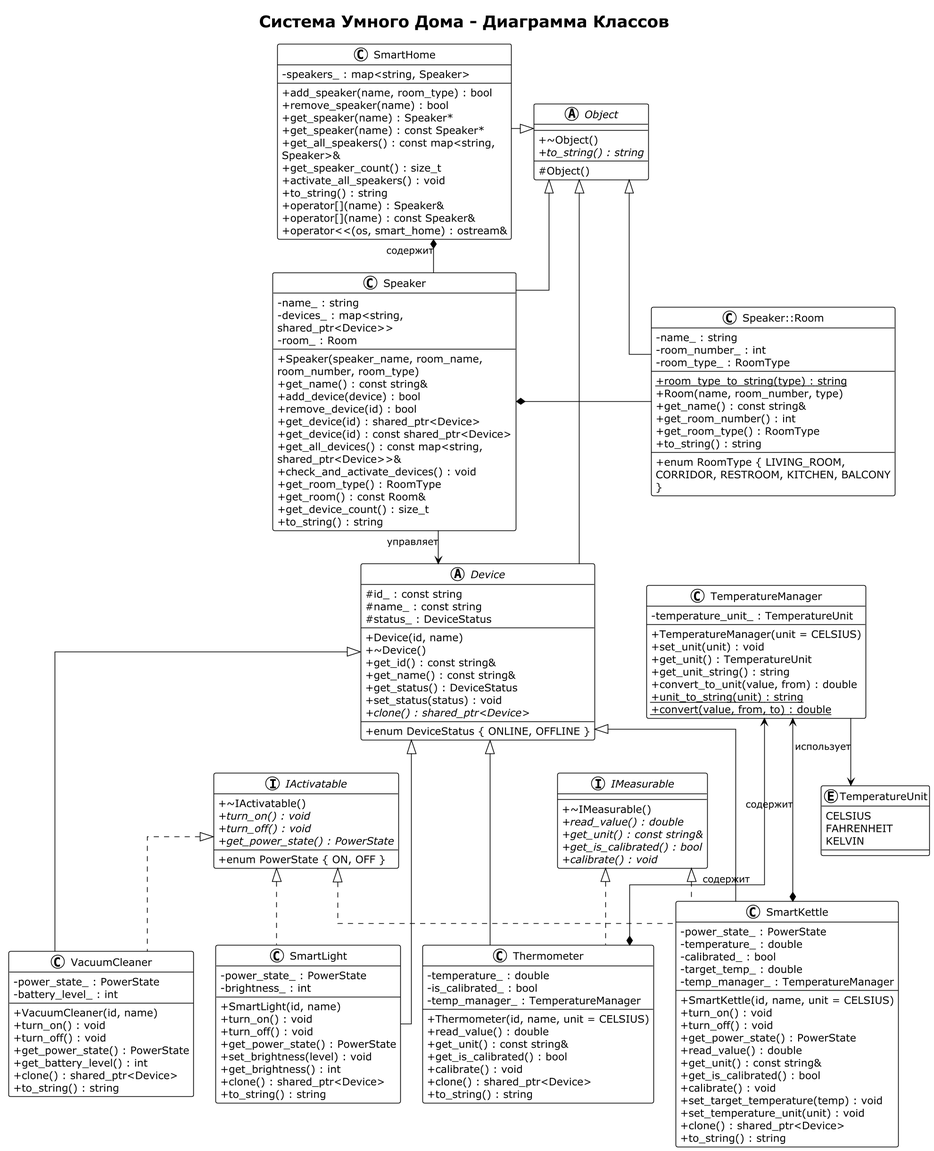
The PlantUML diagram docs/SmartHouse_ClassDiagram.png in abigotado/smart-house, before a commit.
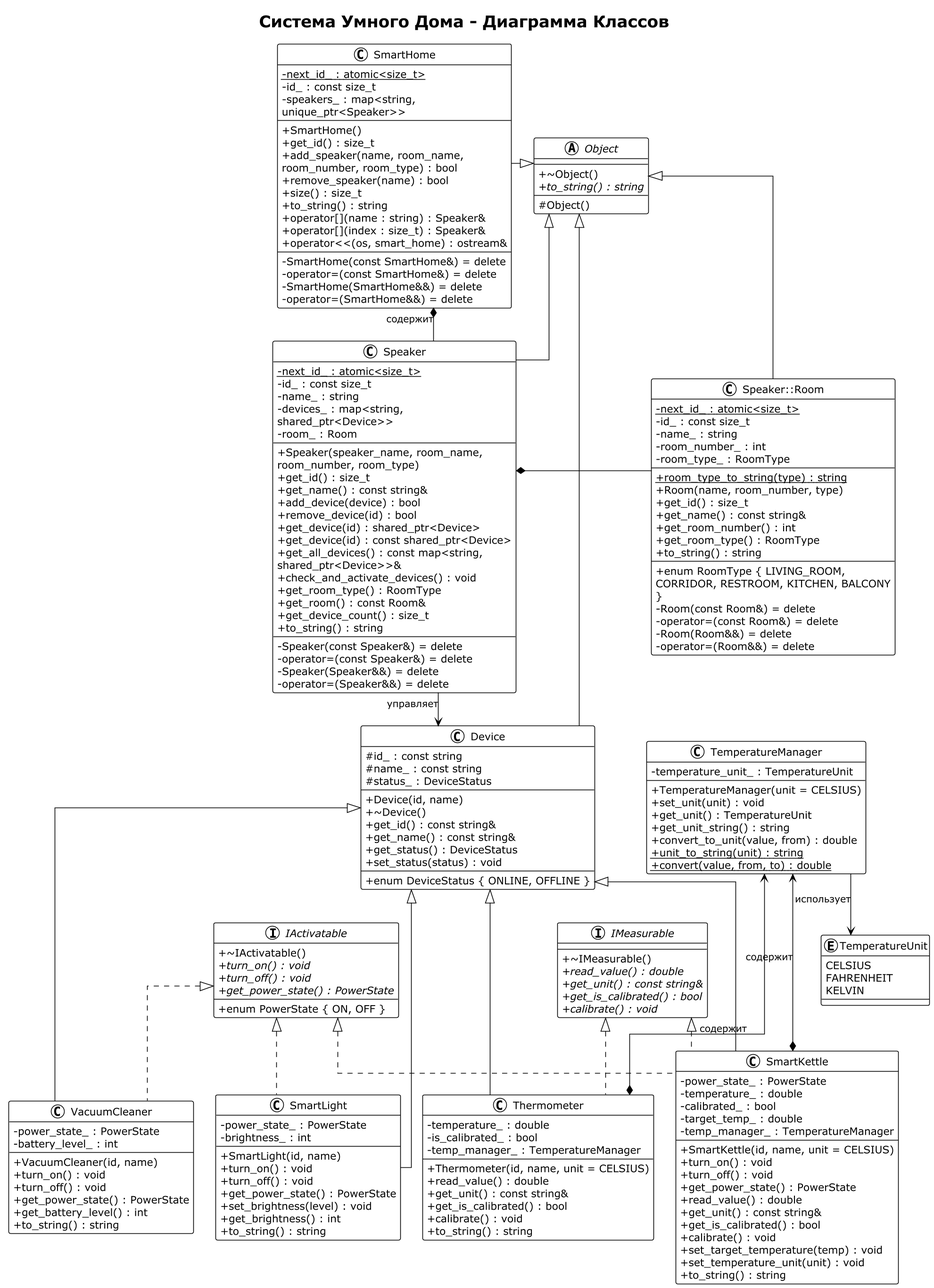
Later version of the same file.

Diff of the diagram source:
```diff
@@ -15,27 +15,35 @@
 title "Система Умного Дома - Диаграмма Классов"
 
 class SmartHome {
-    - speakers_ : map<string, Speaker>
+    - {static} next_id_ : atomic<size_t>
+    - id_ : const size_t
+    - speakers_ : map<string, unique_ptr<Speaker>>
     --
-    + add_speaker(name, room_type) : bool
+    + SmartHome()
+    + get_id() : size_t
+    + add_speaker(name, room_name, room_number, room_type) : bool
     + remove_speaker(name) : bool
-    + get_speaker(name) : Speaker*
-    + get_speaker(name) : const Speaker*
-    + get_all_speakers() : const map<string, Speaker>&
-    + get_speaker_count() : size_t
-    + activate_all_speakers() : void
+    + size() : size_t
     + to_string() : string
-    + operator[](name) : Speaker&
-    + operator[](name) : const Speaker&
+    + operator[](name : string) : Speaker&
+    + operator[](index : size_t) : Speaker&
     + operator<<(os, smart_home) : ostream&
+    --
+    - SmartHome(const SmartHome&) = delete
+    - operator=(const SmartHome&) = delete
+    - SmartHome(SmartHome&&) = delete
+    - operator=(SmartHome&&) = delete
 }
 
 class Speaker {
+    - {static} next_id_ : atomic<size_t>
+    - id_ : const size_t
     - name_ : string
     - devices_ : map<string, shared_ptr<Device>>
     - room_ : Room
     --
     + Speaker(speaker_name, room_name, room_number, room_type)
+    + get_id() : size_t
     + get_name() : const string&
     + add_device(device) : bool
     + remove_device(id) : bool
@@ -47,24 +55,36 @@
     + get_room() : const Room&
     + get_device_count() : size_t
     + to_string() : string
+    --
+    - Speaker(const Speaker&) = delete
+    - operator=(const Speaker&) = delete
+    - Speaker(Speaker&&) = delete
+    - operator=(Speaker&&) = delete
 }
 
 class "Speaker::Room" as Room {
+    - {static} next_id_ : atomic<size_t>
+    - id_ : const size_t
     - name_ : string
     - room_number_ : int
     - room_type_ : RoomType
     --
     + {static} room_type_to_string(type) : string
     + Room(name, room_number, type)
+    + get_id() : size_t
     + get_name() : const string&
     + get_room_number() : int
     + get_room_type() : RoomType
     + to_string() : string
     --
     + enum RoomType { LIVING_ROOM, CORRIDOR, RESTROOM, KITCHEN, BALCONY }
+    - Room(const Room&) = delete
+    - operator=(const Room&) = delete
+    - Room(Room&&) = delete
+    - operator=(Room&&) = delete
 }
 
-abstract class Device {
+class Device {
     # id_ : const string
     # name_ : const string
     # status_ : DeviceStatus
@@ -75,7 +95,6 @@
     + get_name() : const string&
     + get_status() : DeviceStatus
     + set_status(status) : void
-    + {abstract} clone() : shared_ptr<Device>
     --
     + enum DeviceStatus { ONLINE, OFFLINE }
 }
@@ -123,8 +142,6 @@
     + {abstract} calibrate() : void
 }
 
-
-
 class VacuumCleaner {
     - power_state_ : PowerState
     - battery_level_ : int
@@ -134,7 +151,6 @@
     + turn_off() : void
     + get_power_state() : PowerState
     + get_battery_level() : int
-    + clone() : shared_ptr<Device>
     + to_string() : string
 }
 
@@ -148,7 +164,6 @@
     + get_power_state() : PowerState
     + set_brightness(level) : void
     + get_brightness() : int
-    + clone() : shared_ptr<Device>
     + to_string() : string
 }
 
@@ -162,7 +177,6 @@
     + get_unit() : const string&
     + get_is_calibrated() : bool
     + calibrate() : void
-    + clone() : shared_ptr<Device>
     + to_string() : string
 }
 
@@ -183,7 +197,6 @@
     + calibrate() : void
     + set_target_temperature(temp) : void
     + set_temperature_unit(unit) : void
-    + clone() : shared_ptr<Device>
     + to_string() : string
 }
 
```
